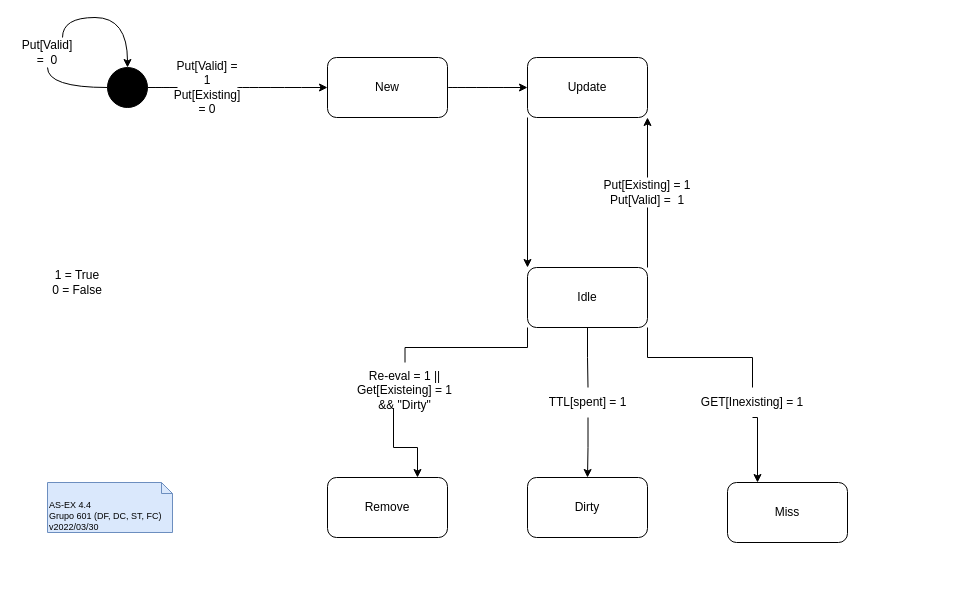
The draw.io diagram page "4.4 Cache State Machine" (2 of 2) of P/P04/P4.drawio in DavidAraujo98/AS, before the edit. Source tidied: cells renumbered, new cells numbered last; positions are measured from the earlier drawing's top-left corner, leaving out a move shared by most shapes. Both pictures are drawn from the tidied source at 100%, with x=0, y=0 at pixel (17, 17).
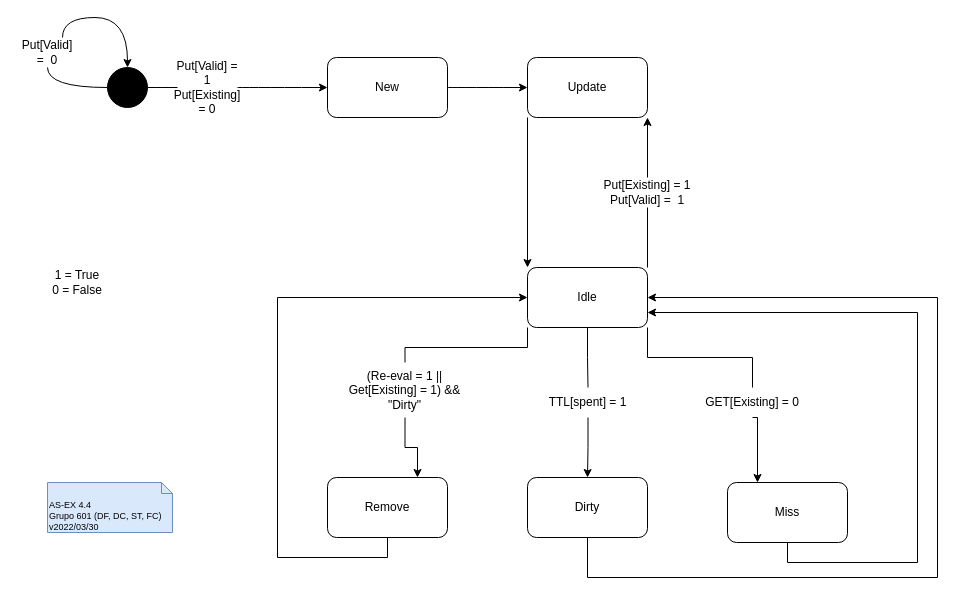
The same page after the edit.

Unchanged cells that the change refers to:
```xml
<mxCell id="9" value="Remove" style="rounded=1;whiteSpace=wrap;html=1;" parent="1" vertex="1">
  <mxGeometry x="310" y="460" width="120" height="60" as="geometry" />
</mxCell>
<mxCell id="10" value="Dirty" style="rounded=1;whiteSpace=wrap;html=1;" parent="1" vertex="1">
  <mxGeometry x="510" y="460" width="120" height="60" as="geometry" />
</mxCell>
<mxCell id="11" value="Miss" style="rounded=1;whiteSpace=wrap;html=1;" parent="1" vertex="1">
  <mxGeometry x="710" y="465" width="120" height="60" as="geometry" />
</mxCell>
<mxCell id="16" value="Idle" style="rounded=1;whiteSpace=wrap;html=1;" parent="1" vertex="1">
  <mxGeometry x="510" y="250" width="120" height="60" as="geometry" />
</mxCell>
```

What changed in the source:
```diff
@@
+    <mxCell id="31" style="edgeStyle=orthogonalEdgeStyle;rounded=0;jettySize=auto;html=1;exitX=0.5;exitY=1;exitDx=0;exitDy=0;entryX=0;entryY=0.5;entryDx=0;entryDy=0;" parent="1" edge="1" source="9" target="16">
+      <mxGeometry relative="1" as="geometry">
+        <Array as="points">
+          <mxPoint x="370" y="540" />
+          <mxPoint x="260" y="540" />
+          <mxPoint x="260" y="280" />
+        </Array>
+      </mxGeometry>
+    </mxCell>
@@
+    <mxCell id="32" style="edgeStyle=orthogonalEdgeStyle;rounded=0;jettySize=auto;html=1;exitX=0.5;exitY=1;exitDx=0;exitDy=0;entryX=1;entryY=0.5;entryDx=0;entryDy=0;" parent="1" edge="1" source="10" target="16">
+      <mxGeometry relative="1" as="geometry">
+        <Array as="points">
+          <mxPoint x="570" y="560" />
+          <mxPoint x="920" y="560" />
+          <mxPoint x="920" y="280" />
+        </Array>
+      </mxGeometry>
+    </mxCell>
@@
+    <mxCell id="33" style="edgeStyle=orthogonalEdgeStyle;rounded=0;jettySize=auto;html=1;exitX=0.5;exitY=1;exitDx=0;exitDy=0;entryX=1;entryY=0.75;entryDx=0;entryDy=0;" parent="1" edge="1" source="11" target="16">
+      <mxGeometry relative="1" as="geometry">
+        <Array as="points">
+          <mxPoint x="770" y="545" />
+          <mxPoint x="900" y="545" />
+          <mxPoint x="900" y="295" />
+        </Array>
+      </mxGeometry>
+    </mxCell>
@@
-    <mxCell id="14" style="edgeStyle=orthogonalEdgeStyle;rounded=0;jettySize=auto;html=1;entryX=0.75;entryY=0;entryDx=0;entryDy=0;startArrow=none;exitX=0.4;exitY=0.833;exitDx=0;exitDy=0;exitPerimeter=0;" parent="1" edge="1" source="26" target="9">
+    <mxCell id="14" style="edgeStyle=orthogonalEdgeStyle;rounded=0;jettySize=auto;html=1;entryX=0.75;entryY=0;entryDx=0;entryDy=0;startArrow=none;exitX=0.5;exitY=1;exitDx=0;exitDy=0;" parent="1" edge="1" source="26" target="9">
       <mxGeometry relative="1" as="geometry" />
     </mxCell>
@@
-    <mxCell id="26" value="Re-eval = 1 ||&lt;br&gt;Get[Existeing] = 1 &amp;amp;&amp;amp; &quot;Dirty&quot;" style="text;html=1;strokeColor=none;fillColor=none;align=center;verticalAlign=middle;whiteSpace=wrap;rounded=0;" parent="1" vertex="1">
+    <mxCell id="26" value="(Re-eval = 1 ||&lt;br&gt;Get[Existing] = 1) &amp;amp;&amp;amp; &quot;Dirty&quot;" style="text;html=1;strokeColor=none;fillColor=none;align=center;verticalAlign=middle;whiteSpace=wrap;rounded=0;" parent="1" vertex="1">
       <mxGeometry x="330" y="345" width="115" height="55" as="geometry" />
     </mxCell>
@@
-    <mxCell id="28" value="GET[Inexisting] = 1" style="text;html=1;strokeColor=none;fillColor=none;align=center;verticalAlign=middle;whiteSpace=wrap;rounded=0;" parent="1" vertex="1">
+    <mxCell id="28" value="GET[Existing] = 0" style="text;html=1;strokeColor=none;fillColor=none;align=center;verticalAlign=middle;whiteSpace=wrap;rounded=0;" parent="1" vertex="1">
       <mxGeometry x="680" y="370" width="110" height="30" as="geometry" />
     </mxCell>
```
